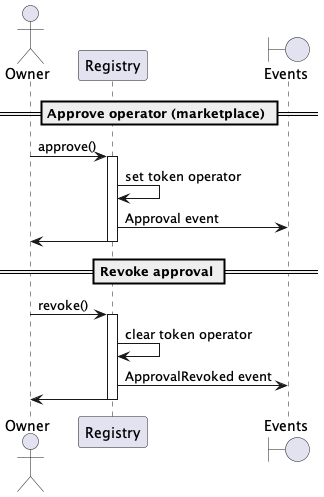
The PlantUML diagram docs/sequence-diagrams/puml/approve-revoke-operator.png in make-software/cspr-name-contracts, before a commit.
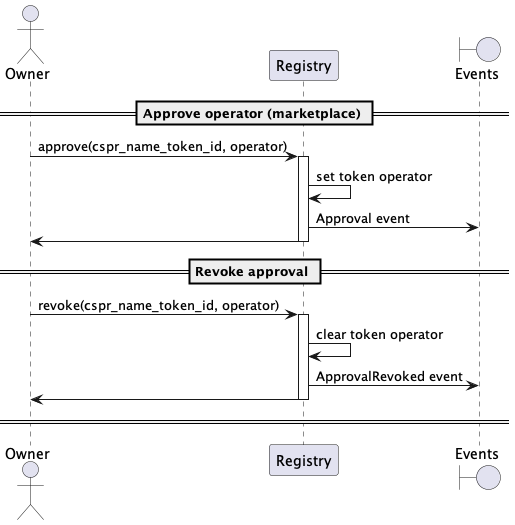
After the commit.

Diff of the diagram source:
```diff
@@ -6,7 +6,7 @@
 
 == Approve operator (marketplace) ==
 
-Owner -> Registry: approve()
+Owner -> Registry: approve(cspr_name_token_id, operator)
 activate Registry
 Registry -> Registry: set token operator
 Registry -> "Events": Approval event
@@ -15,11 +15,13 @@
 
 == Revoke approval ==
 
-Owner -> Registry: revoke()
+Owner -> Registry: revoke(cspr_name_token_id, operator)
 activate Registry
 Registry -> Registry: clear token operator
 Registry -> "Events": ApprovalRevoked event
 Registry -> Owner
 deactivate Registry
 
+== ==
+
 @enduml
```
